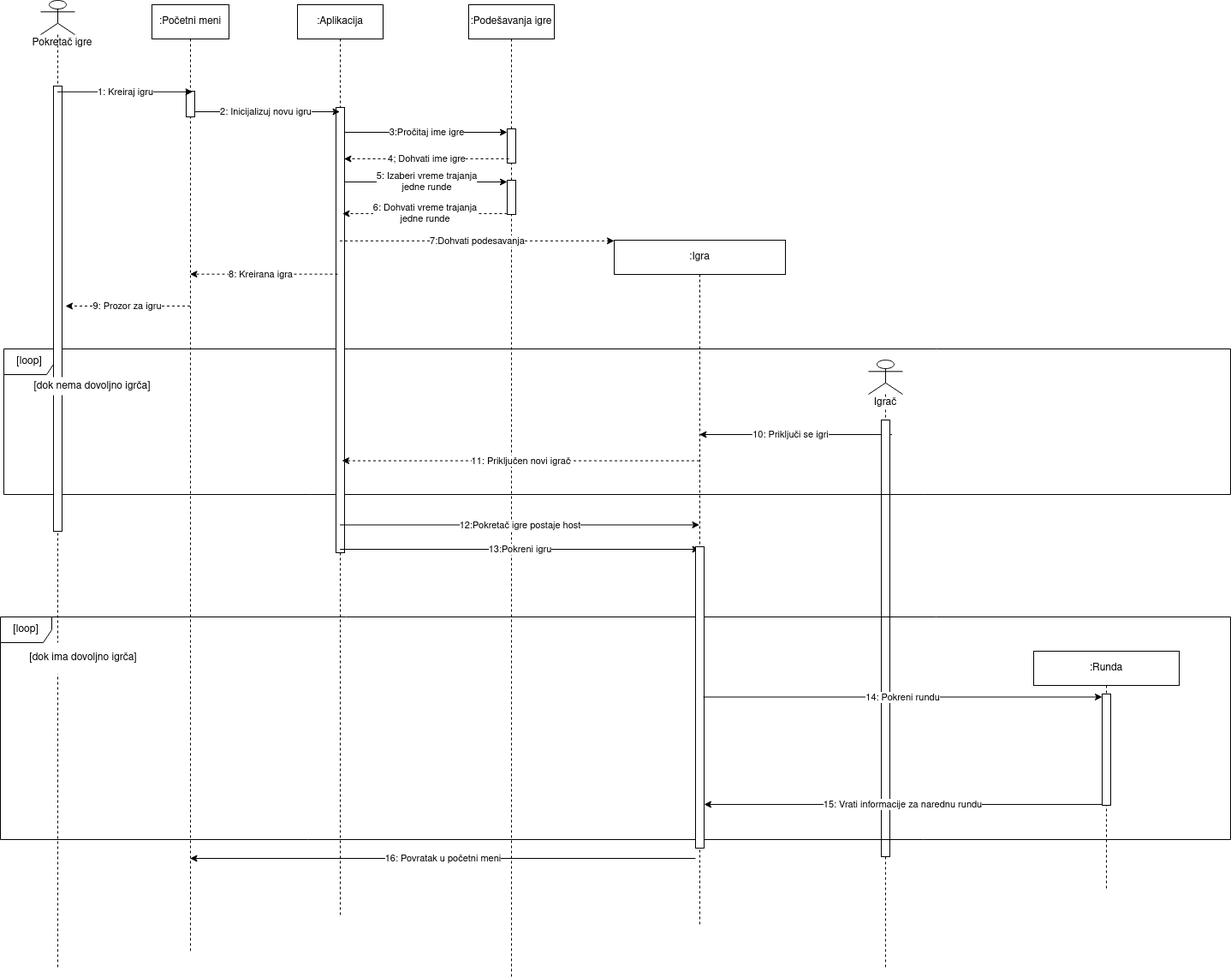
Before: specifikacija/igranje_jedne_igre.drawio.png, a diagram exported from draw.io (JelenaBondzic/GuessMyDrawing). Source tidied: cells renumbered, new cells last; positions are measured from the earlier drawing's top-left corner, leaving out a move shared by most shapes. Source of this version:
```xml
<mxGraphModel>
  <root>
    <mxCell id="0" />
    <mxCell id="1" parent="0" />
    <mxCell id="2" value="&lt;span style=&quot;background-color: rgb(255 , 255 , 255)&quot;&gt;Igrač&lt;/span&gt;" style="shape=umlLifeline;participant=umlActor;perimeter=lifelinePerimeter;whiteSpace=wrap;html=1;verticalAlign=top;spacingTop=36;" parent="1" vertex="1">
      <mxGeometry x="1014" y="420" width="40" height="710" as="geometry" />
    </mxCell>
    <mxCell id="3" style="html=1;points=[];perimeter=orthogonalPerimeter;" parent="1" vertex="1">
      <mxGeometry x="1029" y="490" width="10" height="510" as="geometry" />
    </mxCell>
    <mxCell id="4" value="[loop]" style="shape=umlFrame;whiteSpace=wrap;html=1;" parent="1" vertex="1">
      <mxGeometry x="4" y="407" width="1433" height="170" as="geometry" />
    </mxCell>
    <mxCell id="5" value=":Početni meni" style="shape=umlLifeline;perimeter=lifelinePerimeter;whiteSpace=wrap;html=1;outlineConnect=0;" parent="1" vertex="1">
      <mxGeometry x="177" y="5" width="90" height="1105" as="geometry" />
    </mxCell>
    <mxCell id="6" value=":Aplikacija" style="shape=umlLifeline;perimeter=lifelinePerimeter;whiteSpace=wrap;html=1;outlineConnect=0;" parent="1" vertex="1">
      <mxGeometry x="347" y="5" width="100" height="1065" as="geometry" />
    </mxCell>
    <mxCell id="7" style="html=1;perimeter=orthogonalPerimeter;" parent="6" vertex="1">
      <mxGeometry x="45" y="120" width="10" height="520" as="geometry" />
    </mxCell>
    <mxCell id="8" value="16: Povratak u početni meni" style="endArrow=classic;html=1;rounded=0;" parent="6" edge="1" target="5">
      <mxGeometry relative="1" as="geometry">
        <mxPoint x="465" y="997" as="sourcePoint" />
      </mxGeometry>
    </mxCell>
    <mxCell id="9" value=":Igra" style="shape=umlLifeline;perimeter=lifelinePerimeter;whiteSpace=wrap;html=1;outlineConnect=0;size=40;" parent="1" vertex="1">
      <mxGeometry x="717" y="280" width="200" height="800" as="geometry" />
    </mxCell>
    <mxCell id="10" value="&lt;div&gt;2: Inicijalizuj novu igru&lt;/div&gt;" style="endArrow=classic;html=1;rounded=0;" parent="1" edge="1" source="5" target="6">
      <mxGeometry relative="1" as="geometry">
        <Array as="points">
          <mxPoint x="297" y="130" />
        </Array>
      </mxGeometry>
    </mxCell>
    <mxCell id="11" value=":Podešavanja igre" style="shape=umlLifeline;perimeter=lifelinePerimeter;whiteSpace=wrap;html=1;" parent="1" vertex="1">
      <mxGeometry x="547" y="5" width="100" height="1135" as="geometry" />
    </mxCell>
    <mxCell id="12" style="html=1;perimeter=orthogonalPerimeter;" parent="11" vertex="1">
      <mxGeometry x="45" y="205" width="10" height="40" as="geometry" />
    </mxCell>
    <mxCell id="13" value="&lt;div&gt;6: Dohvati vreme trajanja&lt;/div&gt;&lt;div&gt;jedne runde&lt;br&gt;&lt;/div&gt;" style="endArrow=classic;html=1;rounded=0;jumpStyle=arc;exitX=-0.3;exitY=1.025;exitDx=0;exitDy=0;exitPerimeter=0;dashed=1;" parent="11" edge="1">
      <mxGeometry relative="1" as="geometry">
        <mxPoint x="45" y="244" as="sourcePoint" />
        <mxPoint x="-147.5" y="244" as="targetPoint" />
      </mxGeometry>
    </mxCell>
    <mxCell id="14" value="&lt;div&gt;5: Izaberi vreme trajanja&lt;/div&gt;&lt;div&gt;jedne runde&lt;br&gt;&lt;/div&gt;" style="endArrow=classic;html=1;rounded=0;" parent="11" edge="1">
      <mxGeometry relative="1" as="geometry">
        <mxPoint x="-144.5" y="207" as="sourcePoint" />
        <mxPoint x="45" y="207" as="targetPoint" />
      </mxGeometry>
    </mxCell>
    <mxCell id="15" style="html=1;perimeter=orthogonalPerimeter;" parent="11" vertex="1">
      <mxGeometry x="45" y="145" width="10" height="40" as="geometry" />
    </mxCell>
    <mxCell id="16" style="endArrow=classic;html=1;rounded=0;dashed=1;exitX=0.2;exitY=0.184;exitDx=0;exitDy=0;exitPerimeter=0;" parent="1" edge="1">
      <mxGeometry relative="1" as="geometry">
        <mxPoint x="394" y="319.7" as="sourcePoint" />
        <mxPoint x="221.5" y="319.7" as="targetPoint" />
      </mxGeometry>
    </mxCell>
    <mxCell id="17" value="8: Kreirana igra" style="edgeLabel;html=1;align=center;verticalAlign=middle;" parent="16" vertex="1">
      <mxGeometry x="0.28" y="-1" relative="1" as="geometry">
        <mxPoint x="20" y="1" as="offset" />
      </mxGeometry>
    </mxCell>
    <mxCell id="18" value="7:Dohvati podesavanja" style="endArrow=classic;html=1;rounded=0;entryX=0;entryY=0.001;entryDx=0;entryDy=0;entryPerimeter=0;dashed=1;" parent="1" edge="1" source="6" target="9">
      <mxGeometry relative="1" as="geometry" />
    </mxCell>
    <mxCell id="19" style="endArrow=classic;html=1;rounded=0;dashed=1;entryX=1.4;entryY=0.21;entryDx=0;entryDy=0;entryPerimeter=0;" parent="1" edge="1">
      <mxGeometry relative="1" as="geometry">
        <mxPoint x="221.5" y="356.9" as="sourcePoint" />
        <mxPoint x="76" y="356.9" as="targetPoint" />
      </mxGeometry>
    </mxCell>
    <mxCell id="20" value="9: Prozor za igru" style="edgeLabel;html=1;align=center;verticalAlign=middle;" parent="19" vertex="1">
      <mxGeometry x="0.28" y="-1" relative="1" as="geometry">
        <mxPoint x="19" y="1" as="offset" />
      </mxGeometry>
    </mxCell>
    <mxCell id="21" style="shape=umlLifeline;participant=umlActor;perimeter=lifelinePerimeter;whiteSpace=wrap;html=1;verticalAlign=top;spacingTop=36;" parent="1" vertex="1">
      <mxGeometry x="47" width="40" height="1130" as="geometry" />
    </mxCell>
    <mxCell id="22" style="html=1;perimeter=orthogonalPerimeter;verticalAlign=bottom;" parent="21" vertex="1">
      <mxGeometry x="15" y="100" width="10" height="520" as="geometry" />
    </mxCell>
    <mxCell id="23" value="Pokretač igre" style="text;html=1;align=center;verticalAlign=middle;fillColor=none;strokeColor=none;rounded=0;" parent="21" vertex="1">
      <mxGeometry x="-20" y="40" width="90" height="20" as="geometry" />
    </mxCell>
    <mxCell id="24" style="html=1;perimeter=orthogonalPerimeter;" parent="1" vertex="1">
      <mxGeometry x="217" y="106" width="10" height="30" as="geometry" />
    </mxCell>
    <mxCell id="25" value="10: Priključi se igri" style="endArrow=classic;html=1;rounded=0;jumpStyle=arc;startArrow=none;" parent="1" edge="1" source="3">
      <mxGeometry x="35" y="107" as="geometry">
        <mxPoint x="816.5" y="507" as="targetPoint" />
      </mxGeometry>
    </mxCell>
    <mxCell id="26" value=":Runda" style="shape=umlLifeline;perimeter=lifelinePerimeter;whiteSpace=wrap;html=1;size=40;" parent="1" vertex="1">
      <mxGeometry x="1207" y="760" width="170" height="280" as="geometry" />
    </mxCell>
    <mxCell id="27" value="[dok nema dovoljno igrča]" style="text;html=1;align=center;verticalAlign=middle;whiteSpace=wrap;rounded=0;fillColor=default;" parent="1" vertex="1">
      <mxGeometry x="17" y="440" width="180.9" height="21" as="geometry" />
    </mxCell>
    <mxCell id="28" value="1: Kreiraj igru" style="endArrow=classic;html=1;rounded=0;jumpStyle=arc;entryX=0.757;entryY=-0.076;entryDx=0;entryDy=0;entryPerimeter=0;" parent="1" edge="1">
      <mxGeometry relative="1" as="geometry">
        <mxPoint x="66.5" y="106.7" as="sourcePoint" />
        <mxPoint x="224.6" y="106.7" as="targetPoint" />
      </mxGeometry>
    </mxCell>
    <mxCell id="29" value="11: Priključen novi igrač" style="endArrow=classic;html=1;rounded=0;dashed=1;jumpStyle=arc;entryX=0.52;entryY=0.215;entryDx=0;entryDy=0;entryPerimeter=0;" parent="1" edge="1">
      <mxGeometry relative="1" as="geometry">
        <mxPoint x="816.5" y="537.6" as="sourcePoint" />
        <mxPoint x="399" y="537.6" as="targetPoint" />
      </mxGeometry>
    </mxCell>
    <mxCell id="30" value="[dok ima dovoljno igrča]" style="text;html=1;align=center;verticalAlign=middle;whiteSpace=wrap;rounded=0;fillColor=default;" parent="1" vertex="1">
      <mxGeometry x="17" y="750" width="160" height="36.8" as="geometry" />
    </mxCell>
    <mxCell id="31" value="[loop]" style="shape=umlFrame;whiteSpace=wrap;html=1;" parent="1" vertex="1">
      <mxGeometry y="720" width="1437" height="260" as="geometry" />
    </mxCell>
    <mxCell id="32" value="13:Pokreni igru" style="endArrow=classic;html=1;rounded=0;jumpStyle=arc;" parent="1" edge="1">
      <mxGeometry relative="1" as="geometry">
        <mxPoint x="396.5" y="641" as="sourcePoint" />
        <mxPoint x="816.5" y="641" as="targetPoint" />
      </mxGeometry>
    </mxCell>
    <mxCell id="33" style="html=1;points=[];perimeter=orthogonalPerimeter;" parent="1" vertex="1">
      <mxGeometry x="812" y="638" width="10" height="352" as="geometry" />
    </mxCell>
    <mxCell id="34" value="12:Pokretač igre postaje host" style="endArrow=classic;html=1;rounded=0;" parent="1" edge="1">
      <mxGeometry relative="1" as="geometry">
        <mxPoint x="396.5" y="612.5" as="sourcePoint" />
        <mxPoint x="816.5" y="612.5" as="targetPoint" />
      </mxGeometry>
    </mxCell>
    <mxCell id="35" value="&lt;div&gt;15: Vrati informacije za narednu rundu&lt;/div&gt;" style="endArrow=classic;html=1;rounded=0;exitX=0;exitY=0.992;exitDx=0;exitDy=0;exitPerimeter=0;" parent="1" edge="1" source="39" target="33">
      <mxGeometry relative="1" as="geometry" />
    </mxCell>
    <mxCell id="36" style="endArrow=classic;html=1;rounded=0;entryX=0.799;entryY=0.464;entryDx=0;entryDy=0;entryPerimeter=0;startArrow=none;" parent="1" edge="1" source="39">
      <mxGeometry relative="1" as="geometry">
        <mxPoint x="1286.4" y="817.9" as="targetPoint" />
      </mxGeometry>
    </mxCell>
    <mxCell id="37" value="&lt;div&gt;3:Pročitaj ime igre&lt;br&gt;&lt;/div&gt;" style="endArrow=classic;html=1;rounded=0;" parent="1" edge="1">
      <mxGeometry relative="1" as="geometry">
        <mxPoint x="402.5" y="154" as="sourcePoint" />
        <mxPoint x="592" y="154" as="targetPoint" />
      </mxGeometry>
    </mxCell>
    <mxCell id="38" value="&lt;div&gt;4; Dohvati ime igre&lt;br&gt;&lt;/div&gt;" style="endArrow=classic;html=1;rounded=0;jumpStyle=arc;exitX=-0.3;exitY=1.025;exitDx=0;exitDy=0;exitPerimeter=0;dashed=1;" parent="1" edge="1">
      <mxGeometry relative="1" as="geometry">
        <mxPoint x="594" y="185" as="sourcePoint" />
        <mxPoint x="401.5" y="185" as="targetPoint" />
      </mxGeometry>
    </mxCell>
    <mxCell id="39" style="html=1;points=[];perimeter=orthogonalPerimeter;" parent="1" vertex="1">
      <mxGeometry x="1287" y="810" width="10" height="130" as="geometry" />
    </mxCell>
    <mxCell id="40" value="14: Pokreni rundu" style="endArrow=classic;html=1;rounded=0;exitX=0.9;exitY=0.166;exitDx=0;exitDy=0;exitPerimeter=0;" parent="1" edge="1">
      <mxGeometry relative="1" as="geometry">
        <mxPoint x="821" y="813.5" as="sourcePoint" />
        <mxPoint x="1287" y="813.5" as="targetPoint" />
      </mxGeometry>
    </mxCell>
    <mxCell id="41" style="endArrow=none;html=1;rounded=0;jumpStyle=arc;" parent="1" edge="1" target="3">
      <mxGeometry x="35" y="107" as="geometry">
        <mxPoint x="1041.5" y="507" as="sourcePoint" />
      </mxGeometry>
    </mxCell>
  </root>
</mxGraphModel>
```
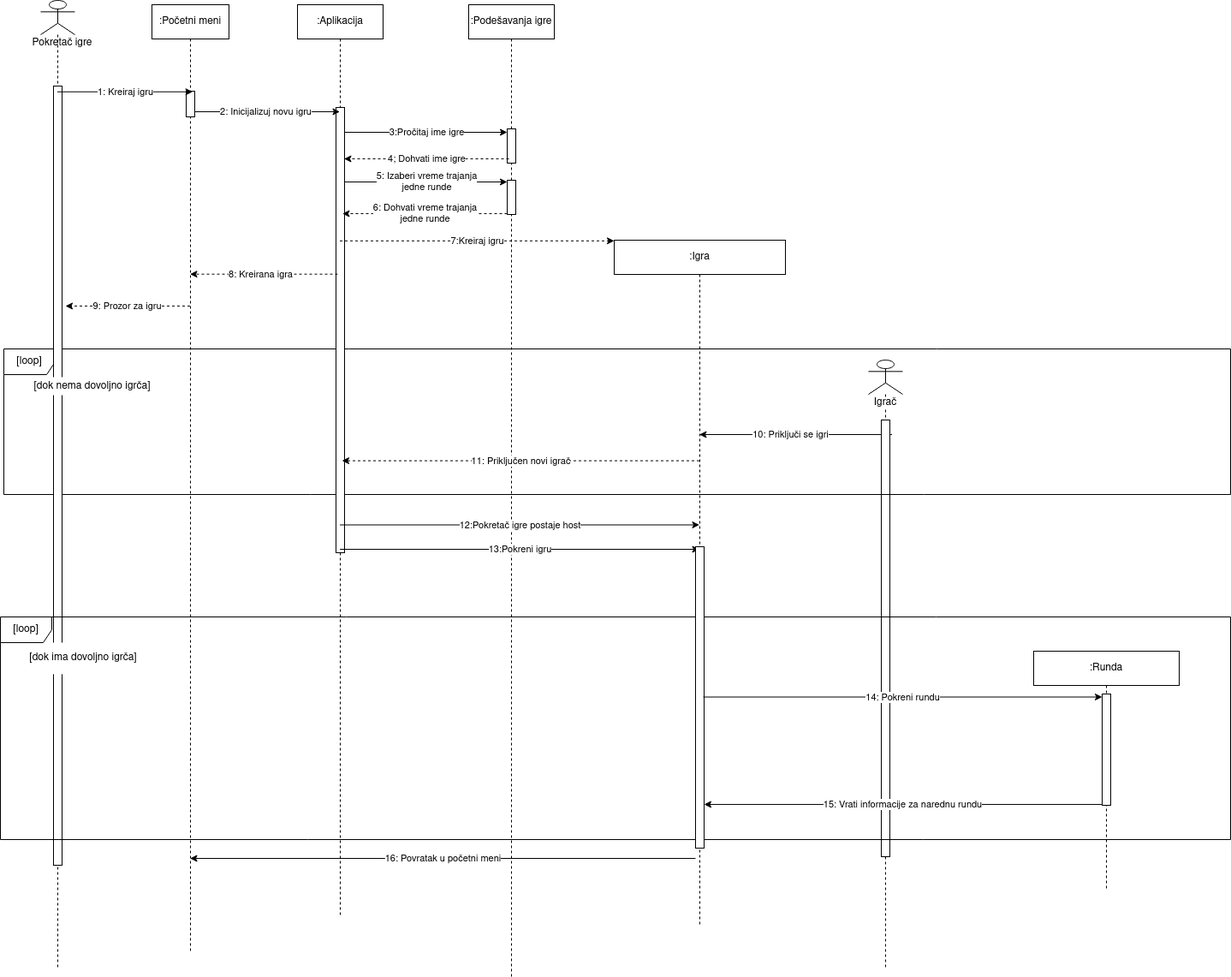
The same diagram one commit later.

Commit message:
Updated specification. Updated diagram for playing one game use case (igranje_jedne_igre). Fixed typo in use case description.

The edit, as a diff of the source:
```diff
@@ -67,7 +67,7 @@
         <mxPoint x="20" y="1" as="offset" />
       </mxGeometry>
     </mxCell>
-    <mxCell id="18" value="7:Dohvati podesavanja" style="endArrow=classic;html=1;rounded=0;entryX=0;entryY=0.001;entryDx=0;entryDy=0;entryPerimeter=0;dashed=1;" parent="1" edge="1" source="6" target="9">
+    <mxCell id="18" value="&lt;div&gt;7:Kreiraj igru&lt;/div&gt;" style="endArrow=classic;html=1;rounded=0;entryX=0;entryY=0.001;entryDx=0;entryDy=0;entryPerimeter=0;dashed=1;" parent="1" edge="1" source="6" target="9">
       <mxGeometry relative="1" as="geometry" />
     </mxCell>
     <mxCell id="19" style="endArrow=classic;html=1;rounded=0;dashed=1;entryX=1.4;entryY=0.21;entryDx=0;entryDy=0;entryPerimeter=0;" parent="1" edge="1">
@@ -85,7 +85,7 @@
       <mxGeometry x="47" width="40" height="1130" as="geometry" />
     </mxCell>
     <mxCell id="22" style="html=1;perimeter=orthogonalPerimeter;verticalAlign=bottom;" parent="21" vertex="1">
-      <mxGeometry x="15" y="100" width="10" height="520" as="geometry" />
+      <mxGeometry x="15" y="100" width="10" height="910" as="geometry" />
     </mxCell>
     <mxCell id="23" value="Pokretač igre" style="text;html=1;align=center;verticalAlign=middle;fillColor=none;strokeColor=none;rounded=0;" parent="21" vertex="1">
       <mxGeometry x="-20" y="40" width="90" height="20" as="geometry" />
```
